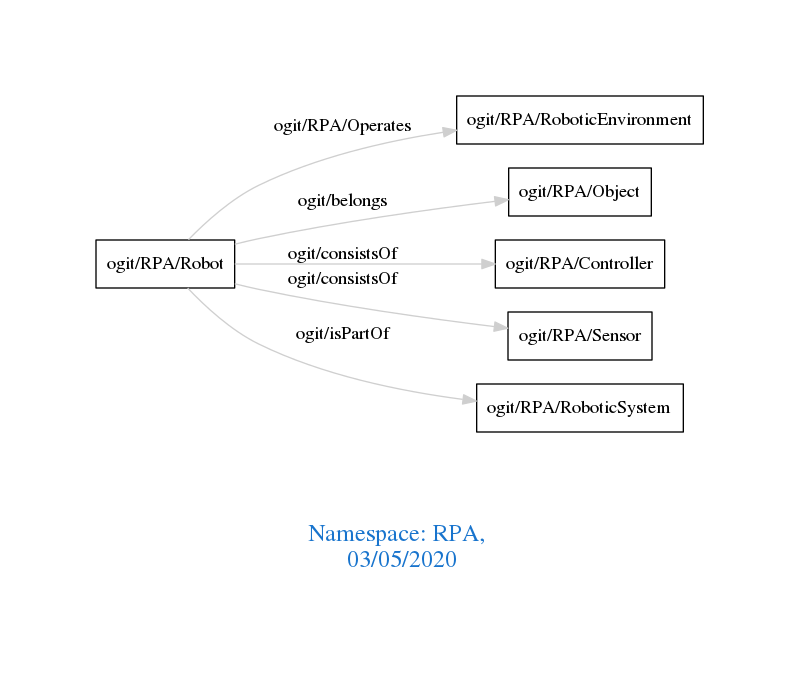
The Graphviz diagram downloads/RPA.png in arago/OGIT, before a commit. Its source is kept beside it as downloads/RPA.dot.
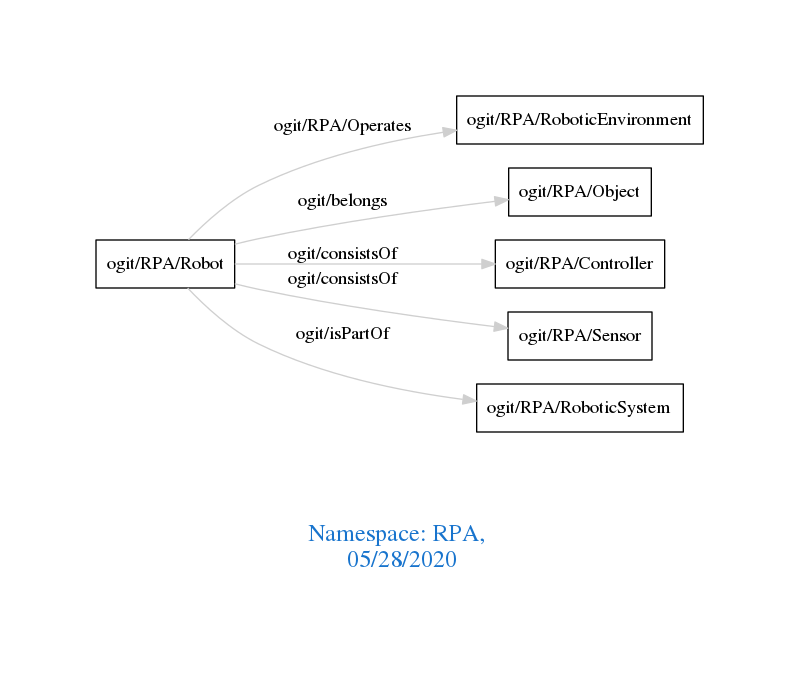
Later version of the same file.

Diff of the diagram source:
```diff
@@ -1,7 +1,7 @@
 digraph OGIT_ontology {
  graph [ rankdir= LR,pad=1
 fontsize = 18,
-fontcolor= dodgerblue3,label = "\n\n\nNamespace: RPA, \n 03/05/2020"];
+fontcolor= dodgerblue3,label = "\n\n\nNamespace: RPA, \n 05/28/2020"];
 node[shape=polygon];
 edge [  color="gray81"];
 
```
